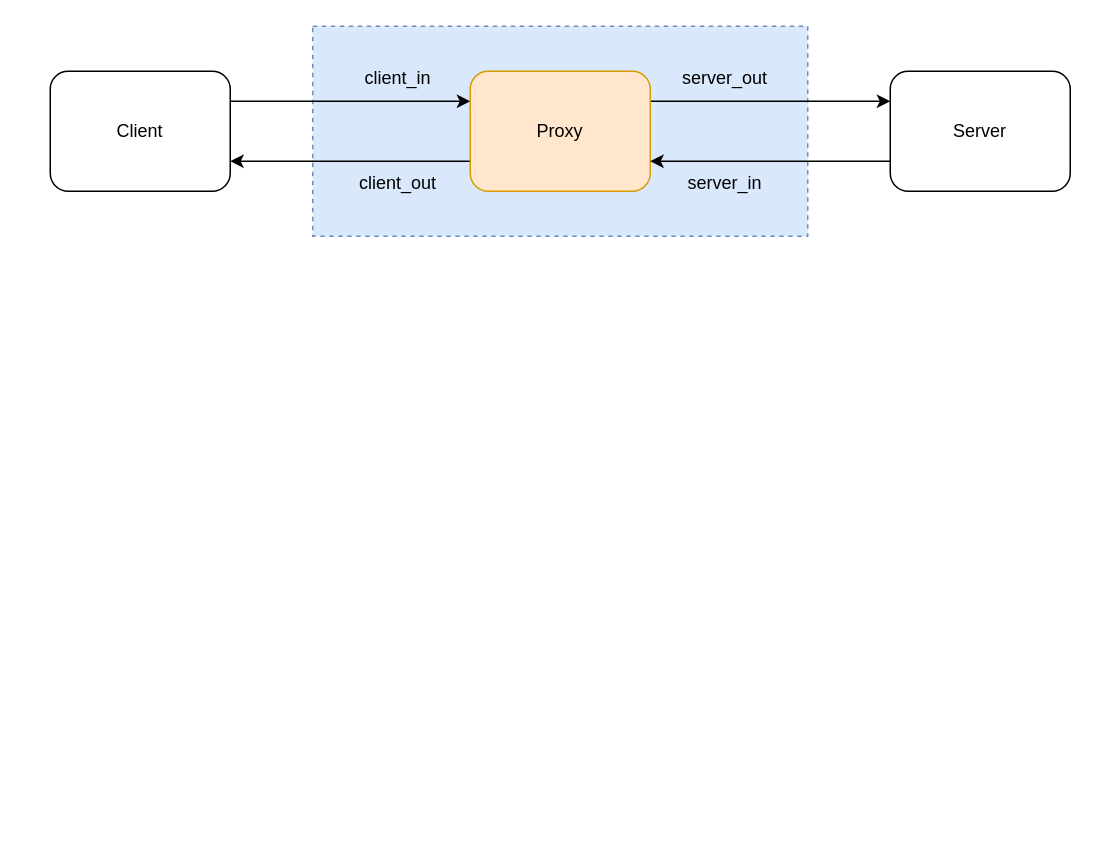
ZiqingYip/moment keeps this draw.io diagram as HttpProxy.drawio. Above is the earlier version. Source tidied: cells renumbered, new cells numbered last; positions are measured from the earlier drawing's top-left corner, leaving out a move shared by most shapes. Both pictures are drawn from the tidied source at 150%, with x=0, y=0 at pixel (50, 26).
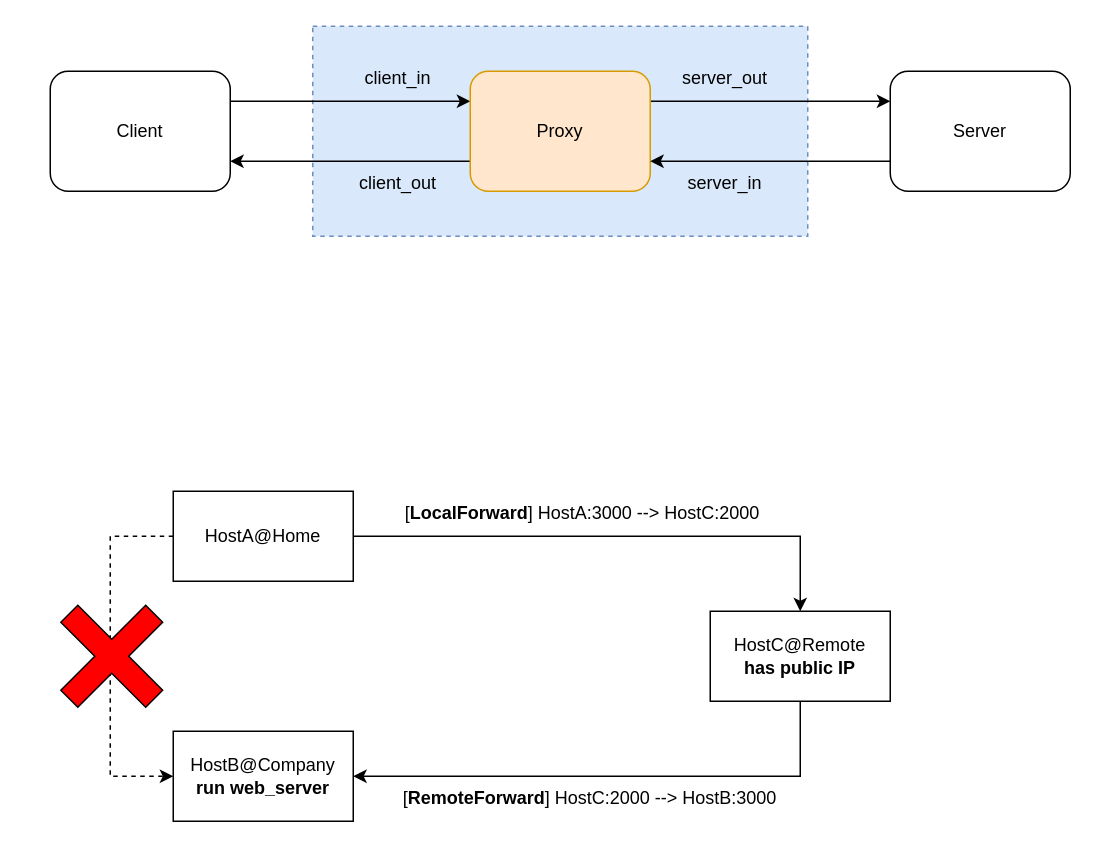
Above is the later version.

Diff of the diagram source:
```diff
@@
+    <mxCell id="14" style="edgeStyle=orthogonalEdgeStyle;rounded=0;jettySize=auto;html=1;exitX=1;exitY=0.5;exitDx=0;exitDy=0;entryX=0.5;entryY=0;entryDx=0;entryDy=0;" parent="1" edge="1" source="16" target="19">
+      <mxGeometry relative="1" as="geometry" />
+    </mxCell>
+    <mxCell id="15" style="edgeStyle=orthogonalEdgeStyle;rounded=0;jettySize=auto;html=1;exitX=0;exitY=0.5;exitDx=0;exitDy=0;entryX=0;entryY=0.5;entryDx=0;entryDy=0;dashed=1;" parent="1" edge="1" source="16" target="17">
+      <mxGeometry relative="1" as="geometry">
+        <Array as="points">
+          <mxPoint x="40" y="340" />
+          <mxPoint x="40" y="500" />
+        </Array>
+      </mxGeometry>
+    </mxCell>
+    <mxCell id="16" value="HostA@Home" style="rounded=0;whiteSpace=wrap;html=1;" parent="1" vertex="1">
+      <mxGeometry x="82" y="310" width="120" height="60" as="geometry" />
+    </mxCell>
+    <mxCell id="17" value="HostB@Company&lt;br&gt;&lt;b&gt;run web_server&lt;/b&gt;" style="rounded=0;whiteSpace=wrap;html=1;" parent="1" vertex="1">
+      <mxGeometry x="82" y="470" width="120" height="60" as="geometry" />
+    </mxCell>
+    <mxCell id="18" style="edgeStyle=orthogonalEdgeStyle;rounded=0;jettySize=auto;html=1;exitX=0.5;exitY=1;exitDx=0;exitDy=0;entryX=1;entryY=0.5;entryDx=0;entryDy=0;" parent="1" edge="1" source="19" target="17">
+      <mxGeometry relative="1" as="geometry" />
+    </mxCell>
+    <mxCell id="19" value="HostC@Remote&lt;br&gt;&lt;b&gt;has public IP&lt;/b&gt;" style="rounded=0;whiteSpace=wrap;html=1;" parent="1" vertex="1">
+      <mxGeometry x="440" y="390" width="120" height="60" as="geometry" />
+    </mxCell>
+    <mxCell id="20" value="[&lt;b&gt;LocalForward&lt;/b&gt;] HostA:3000 --&amp;gt; HostC:2000" style="text;html=1;strokeColor=none;fillColor=none;align=center;verticalAlign=middle;whiteSpace=wrap;rounded=0;" parent="1" vertex="1">
+      <mxGeometry x="230" y="310" width="250" height="30" as="geometry" />
+    </mxCell>
+    <mxCell id="21" value="[&lt;b&gt;RemoteForward&lt;/b&gt;] HostC:2000 --&amp;gt; HostB:3000" style="text;html=1;strokeColor=none;fillColor=none;align=center;verticalAlign=middle;whiteSpace=wrap;rounded=0;" parent="1" vertex="1">
+      <mxGeometry x="220" y="500" width="280" height="30" as="geometry" />
+    </mxCell>
+    <mxCell id="22" style="shape=cross;whiteSpace=wrap;html=1;rotation=45;fillColor=#FF0000;" parent="1" vertex="1">
+      <mxGeometry x="1" y="380" width="80" height="80" as="geometry" />
+    </mxCell>
```
